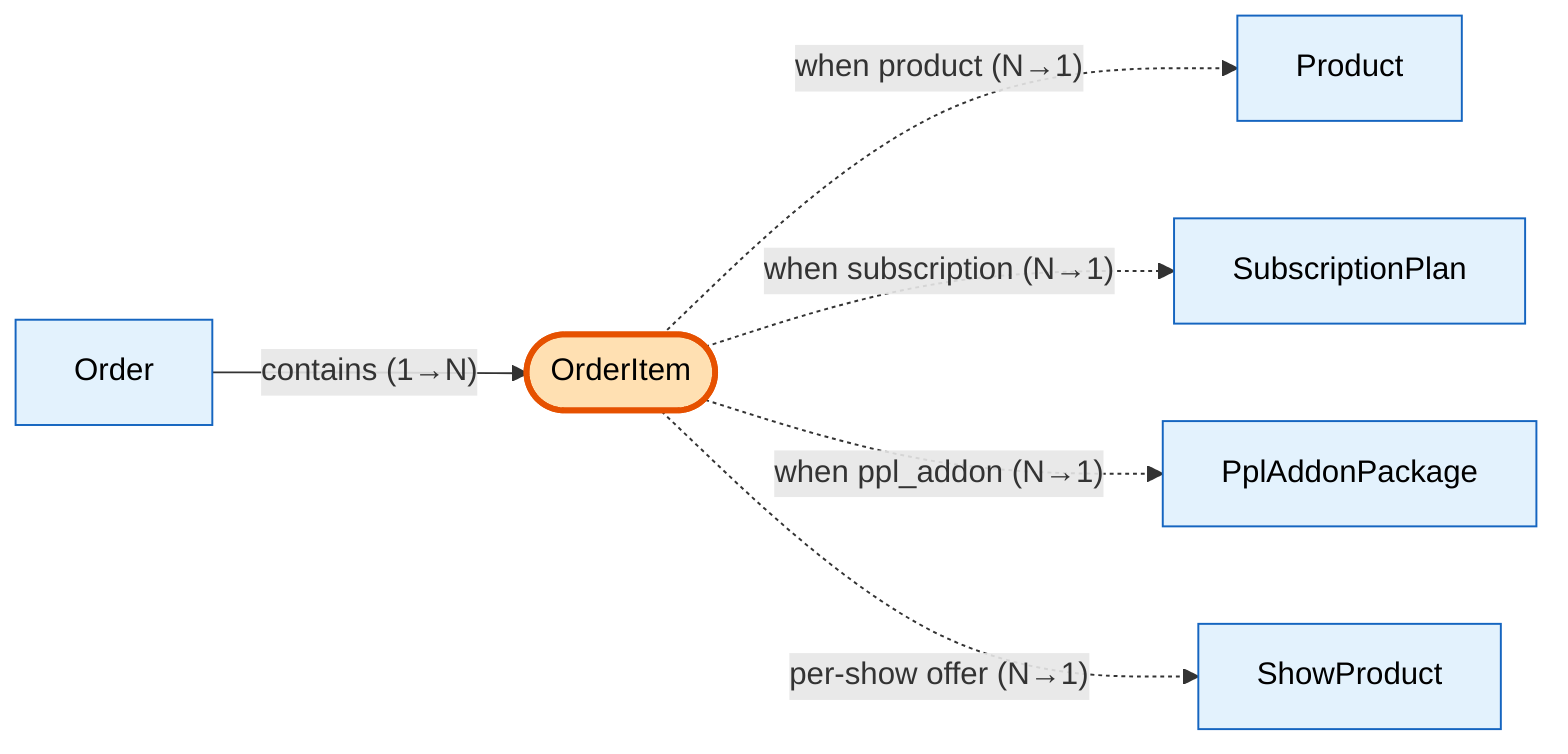
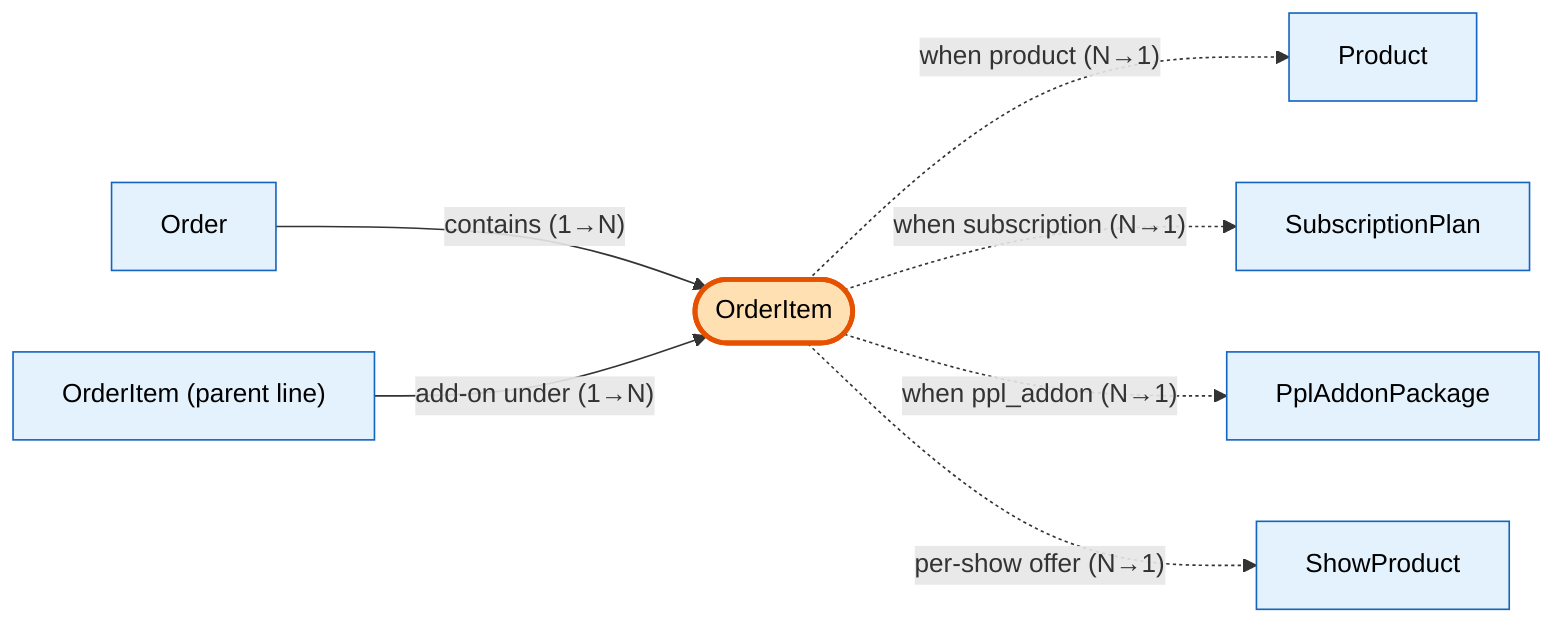
flowchart LR
    OI(["OrderItem"])
    ORDER["Order"]
    PROD["Product"]
    PLAN["SubscriptionPlan"]
    PKG["PplAddonPackage"]
    SP["ShowProduct"]
+     PARENT["OrderItem (parent line)"]

    ORDER -->|"contains (1→N)"| OI
    OI -.->|"when product (N→1)"| PROD
    OI -.->|"when subscription (N→1)"| PLAN
    OI -.->|"when ppl_addon (N→1)"| PKG
    OI -.->|"per-show offer (N→1)"| SP
+     PARENT -->|"add-on under (1→N)"| OI

    classDef ego fill:#ffe0b2,stroke:#e65100,stroke-width:3px,color:#000;
    classDef neighbor fill:#e3f2fd,stroke:#1565c0,color:#000;
    class OI ego;
-     class ORDER,PROD,PLAN,PKG,SP neighbor;
+     class ORDER,PROD,PLAN,PKG,SP,PARENT neighbor;
